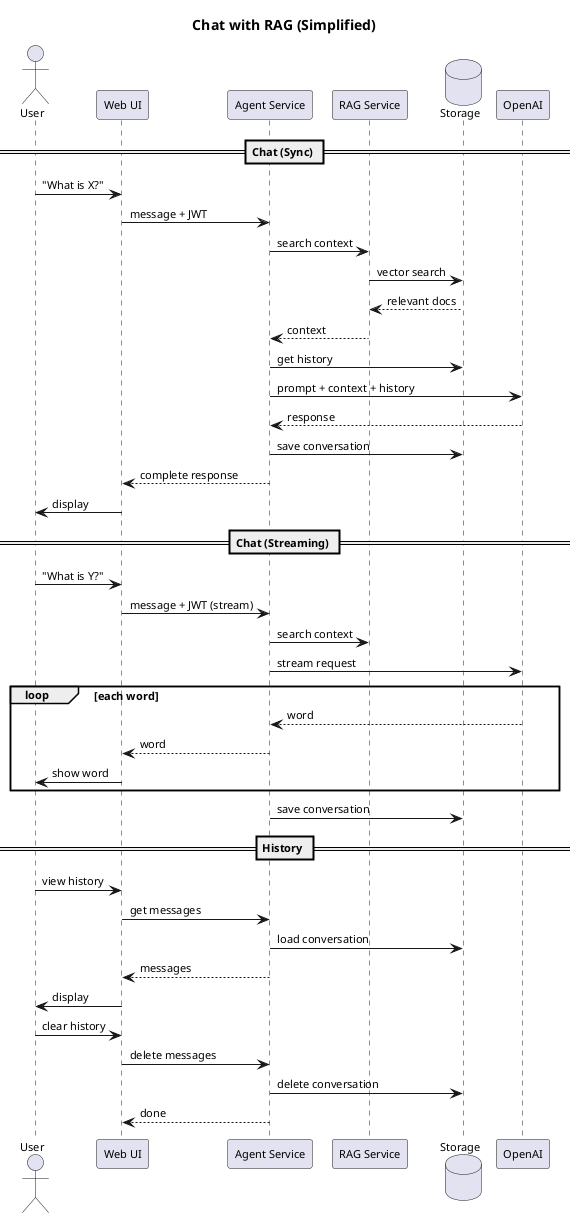
This is architecture/A4_03_flow_chat.png from HenryNVP/strategic_planning_AI, a PlantUML export, as it was before one commit.
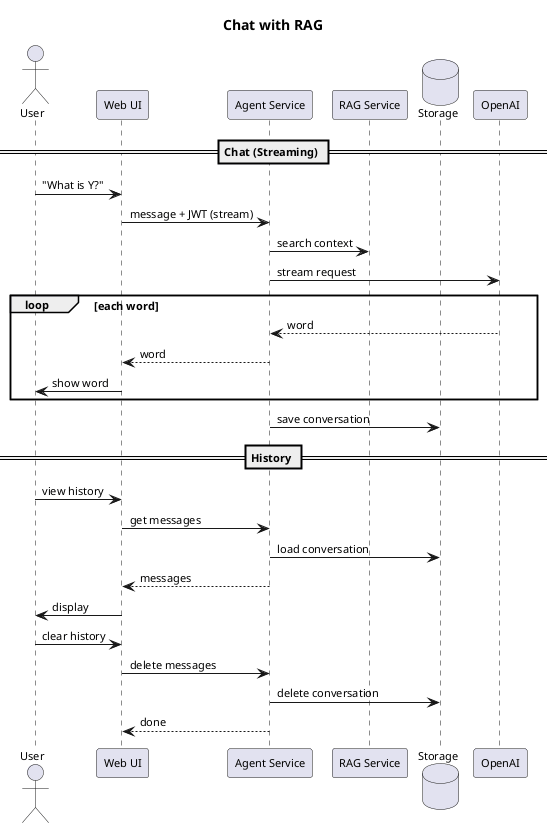
Later version of the same file.

Diff of the diagram source:
```diff
@@ -1,5 +1,5 @@
-@startuml A4_03_flow_chat_simple
-title Chat with RAG (Simplified)
+@startuml A4_03_flow_chat
+title Chat with RAG
 
 skinparam shadowing false
 skinparam defaultFontName Arial
@@ -11,20 +11,6 @@
 participant "RAG Service" as RAG
 database "Storage" as DB
 participant "OpenAI" as LLM
-
-== Chat (Sync) ==
-User -> UI : "What is X?"
-UI -> AGENT : message + JWT
-AGENT -> RAG : search context
-RAG -> DB : vector search
-DB --> RAG : relevant docs
-RAG --> AGENT : context
-AGENT -> DB : get history
-AGENT -> LLM : prompt + context + history
-LLM --> AGENT : response
-AGENT -> DB : save conversation
-AGENT --> UI : complete response
-UI -> User : display
 
 == Chat (Streaming) ==
 User -> UI : "What is Y?"
```
